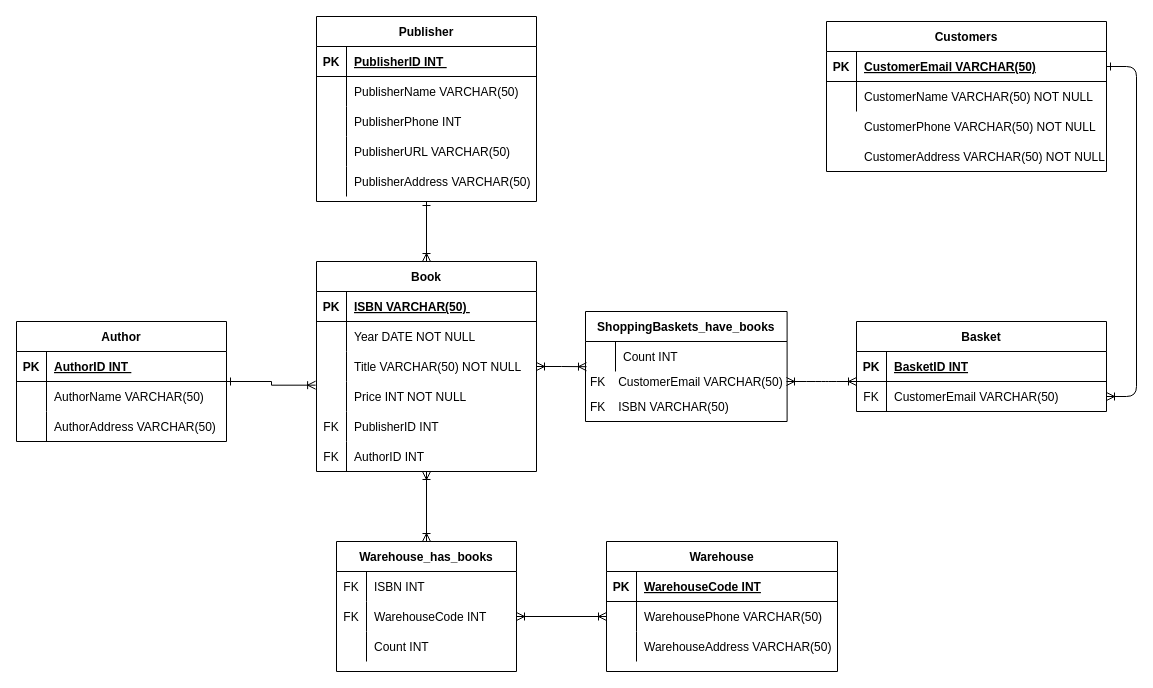
Jendii/autos-database keeps this draw.io diagram as Untitled Diagram.drawio. Above is the earlier version. Source tidied: cells renumbered, new cells numbered last; positions are measured from the earlier drawing's top-left corner, leaving out a move shared by most shapes. Both pictures are drawn from the tidied source at 100%, with x=0, y=0 at pixel (16, 16).
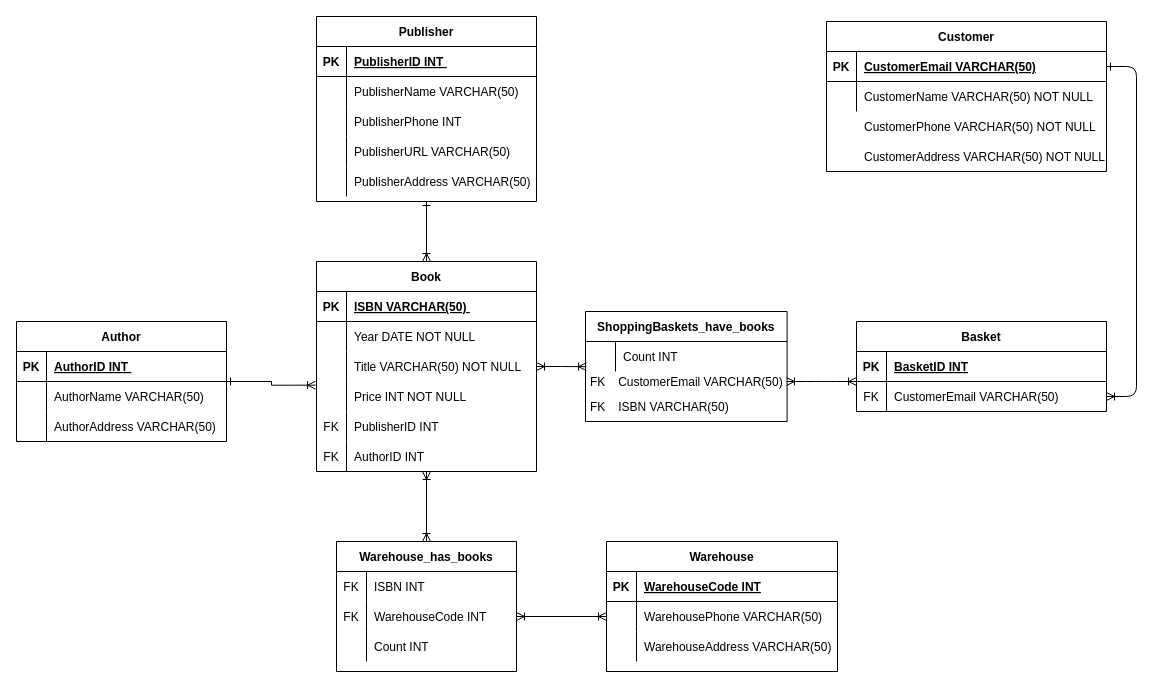
Above is the later version.

Diff of the diagram source:
```diff
@@
-    <mxCell id="10" value="Customers" style="shape=table;startSize=30;childLayout=tableLayout;rowLines=0;fontStyle=1;align=center;" parent="1" vertex="1">
+    <mxCell id="10" value="Customer" style="shape=table;startSize=30;childLayout=tableLayout;rowLines=0;fontStyle=1;align=center;" parent="1" vertex="1">
       <mxGeometry x="810" y="5" width="280" height="150" as="geometry" />
     </mxCell>
```
